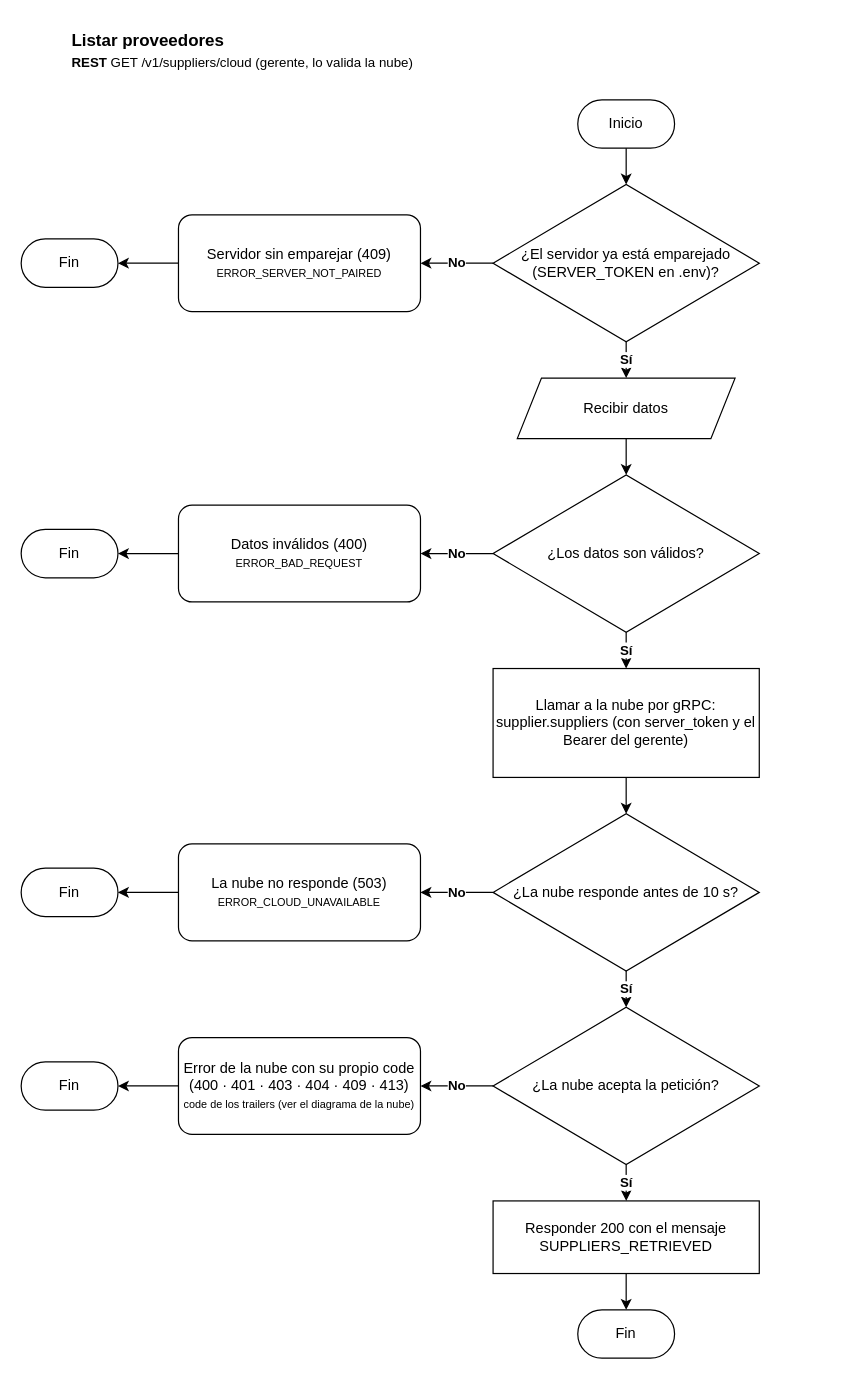
Above: documents/diagrams/workflows/supplier/cloud/suppliers.drawio in Andry510/miyabi-restaurant-server (draw.io), before the change. Source tidied: cells renumbered, new cells numbered last; positions are measured from the earlier drawing's top-left corner, leaving out a move shared by most shapes. Both pictures are drawn from the tidied source at 121%, with x=0, y=0 at pixel (21, 21).
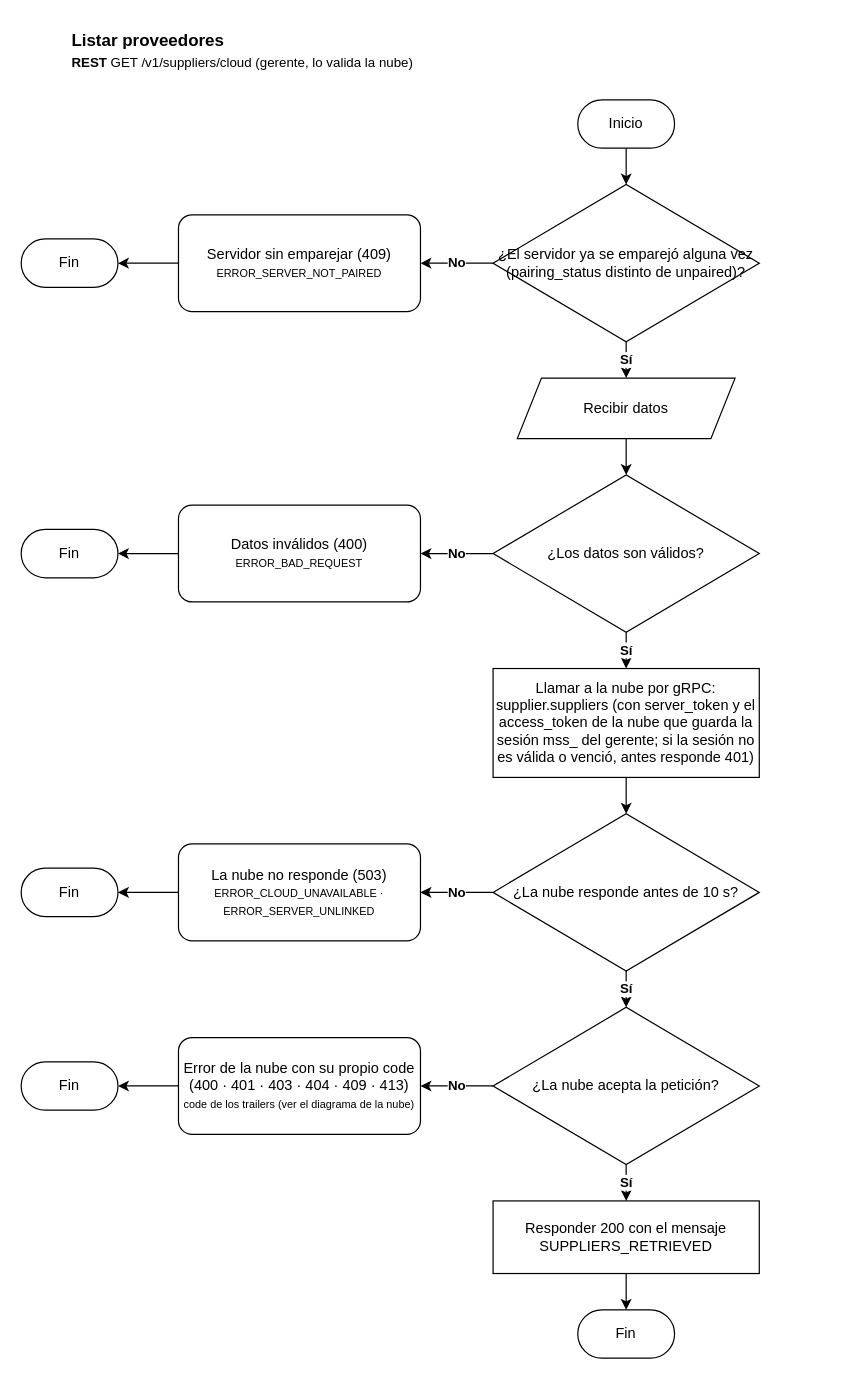
Above is the later version.

Diff of the diagram source:
```diff
@@
-    <mxCell id="4" value="¿El servidor ya está emparejado (SERVER_TOKEN en .env)?" style="rhombus;whiteSpace=wrap;html=1;rounded=1;arcSize=0;" parent="1" vertex="1">
+    <mxCell id="4" value="¿El servidor ya se emparejó alguna vez (pairing_status distinto de unpaired)?" style="rhombus;whiteSpace=wrap;html=1;rounded=1;arcSize=0;" parent="1" vertex="1">
       <mxGeometry x="390" y="135" width="220" height="130" as="geometry" />
     </mxCell>
@@
-    <mxCell id="18" value="Llamar a la nube por gRPC: supplier.suppliers (con server_token y el Bearer del gerente)" style="rounded=0;whiteSpace=wrap;html=1;" parent="1" vertex="1">
+    <mxCell id="18" value="Llamar a la nube por gRPC: supplier.suppliers (con server_token y el access_token de la nube que guarda la sesión mss_ del gerente; si la sesión no es válida o venció, antes responde 401)" style="rounded=0;whiteSpace=wrap;html=1;" parent="1" vertex="1">
       <mxGeometry x="390" y="535" width="220" height="90" as="geometry" />
     </mxCell>
@@
-    <mxCell id="22" value="La nube no responde (503)&lt;br&gt;&lt;font style=&quot;font-size: 9px;&quot;&gt;ERROR_CLOUD_UNAVAILABLE&lt;/font&gt;" style="rounded=1;whiteSpace=wrap;html=1;arcSize=14;" parent="1" vertex="1">
+    <mxCell id="22" value="La nube no responde (503)&lt;br&gt;&lt;font style=&quot;font-size: 9px;&quot;&gt;ERROR_CLOUD_UNAVAILABLE · ERROR_SERVER_UNLINKED&lt;/font&gt;" style="rounded=1;whiteSpace=wrap;html=1;arcSize=14;" parent="1" vertex="1">
       <mxGeometry x="130" y="680" width="200" height="80" as="geometry" />
     </mxCell>
```
